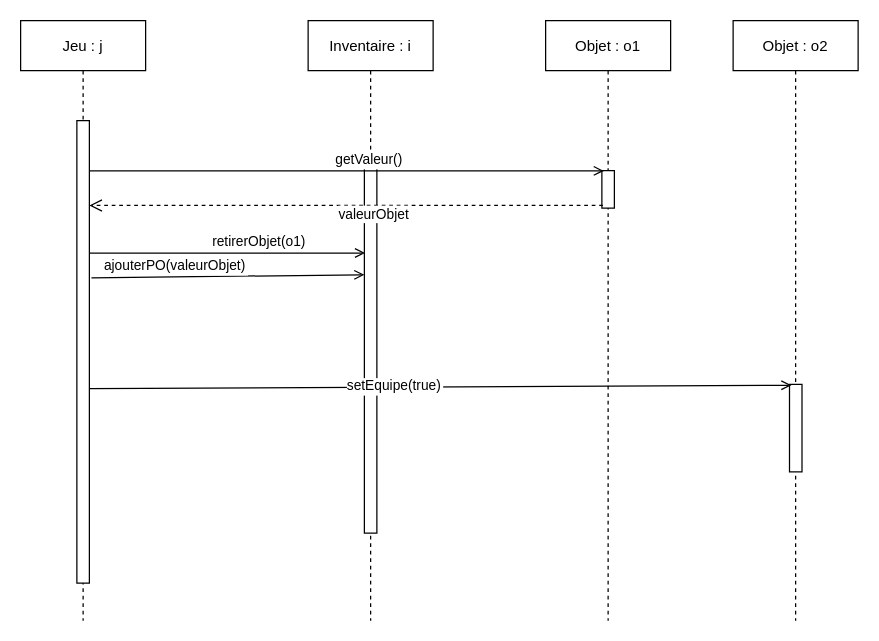
Earlier version of the draw.io diagram Diagrammes/Diagrammes de séquences/Diagramme de sequence - Scenario5.drawio (Eoloc/M1MIAGE_ProjetUML). Source tidied: cells renumbered, new cells numbered last; positions are measured from the earlier drawing's top-left corner, leaving out a move shared by most shapes. Both pictures are drawn from the tidied source at 125%, with x=0, y=0 at pixel (20, 20).
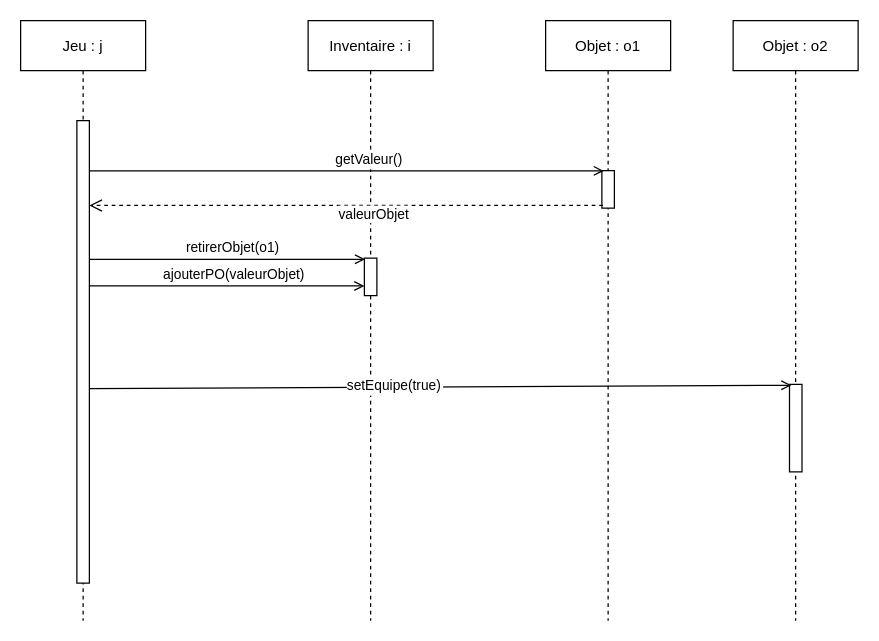
After the change.

Change to the diagram source:
```diff
@@
 <mxGraphModel>
   <root>
     <mxCell id="0" />
     <mxCell id="1" parent="0" />
     <mxCell id="2" value="Jeu : j" style="shape=umlLifeline;perimeter=lifelinePerimeter;rounded=0;shadow=0;strokeWidth=1;" parent="1" vertex="1">
       <mxGeometry width="100" height="480" as="geometry" />
     </mxCell>
     <mxCell id="3" style="points=[];perimeter=orthogonalPerimeter;rounded=0;shadow=0;strokeWidth=1;" parent="2" vertex="1">
       <mxGeometry x="45" y="80" width="10" height="370" as="geometry" />
     </mxCell>
     <mxCell id="4" value="Objet : o1" style="shape=umlLifeline;perimeter=lifelinePerimeter;rounded=0;shadow=0;strokeWidth=1;" parent="1" vertex="1">
       <mxGeometry x="420" width="100" height="480" as="geometry" />
     </mxCell>
     <mxCell id="5" style="points=[];perimeter=orthogonalPerimeter;rounded=0;shadow=0;strokeWidth=1;" parent="4" vertex="1">
       <mxGeometry x="45" y="120" width="10" height="30" as="geometry" />
     </mxCell>
     <mxCell id="6" value="Inventaire : i" style="shape=umlLifeline;perimeter=lifelinePerimeter;rounded=0;shadow=0;strokeWidth=1;" parent="1" vertex="1">
       <mxGeometry x="230" width="100" height="480" as="geometry" />
     </mxCell>
     <mxCell id="7" style="points=[];perimeter=orthogonalPerimeter;rounded=0;shadow=0;strokeWidth=1;" parent="6" vertex="1">
-      <mxGeometry x="45" y="110" width="10" height="300" as="geometry" />
+      <mxGeometry x="45" y="190" width="10" height="30" as="geometry" />
     </mxCell>
     <mxCell id="8" value="getValeur()" style="verticalAlign=bottom;endArrow=open;endSize=6;shadow=0;strokeWidth=1;entryX=0.159;entryY=0.007;entryDx=0;entryDy=0;entryPerimeter=0;" parent="1" edge="1" source="3" target="5">
       <mxGeometry x="0.09" relative="1" as="geometry" />
     </mxCell>
     <mxCell id="9" value="valeurObjet" style="verticalAlign=bottom;endArrow=open;dashed=1;endSize=8;shadow=0;strokeWidth=1;exitX=0.086;exitY=0.929;exitDx=0;exitDy=0;exitPerimeter=0;" parent="1" edge="1" source="5" target="3">
       <mxGeometry x="-0.11" y="16" relative="1" as="geometry" />
     </mxCell>
-    <mxCell id="10" value="ajouterPO(valeurObjet)" style="verticalAlign=bottom;endArrow=open;endSize=6;shadow=0;strokeWidth=1;exitX=1.167;exitY=0.34;exitDx=0;exitDy=0;exitPerimeter=0;entryX=0;entryY=0.311;entryDx=0;entryDy=0;entryPerimeter=0;" parent="1" edge="1" source="3" target="7">
-      <mxGeometry x="-0.39" relative="1" as="geometry" />
+    <mxCell id="10" value="ajouterPO(valeurObjet)" style="verticalAlign=bottom;endArrow=open;endSize=6;shadow=0;strokeWidth=1;entryX=0;entryY=0.743;entryDx=0;entryDy=0;entryPerimeter=0;" parent="1" edge="1" source="3" target="7">
+      <mxGeometry x="0.05" relative="1" as="geometry" />
     </mxCell>
     <mxCell id="11" value="Objet : o2" style="shape=umlLifeline;perimeter=lifelinePerimeter;rounded=0;shadow=0;strokeWidth=1;" parent="1" vertex="1">
       <mxGeometry x="570" width="100" height="480" as="geometry" />
     </mxCell>
     <mxCell id="12" style="points=[];perimeter=orthogonalPerimeter;rounded=0;shadow=0;strokeWidth=1;" parent="11" vertex="1">
       <mxGeometry x="45.1" y="291" width="10" height="70" as="geometry" />
     </mxCell>
     <mxCell id="13" value="setEquipe(true)" style="verticalAlign=bottom;endArrow=open;endSize=6;shadow=0;strokeWidth=1;exitX=0.986;exitY=0.71;exitDx=0;exitDy=0;exitPerimeter=0;entryX=0.153;entryY=0.01;entryDx=0;entryDy=0;entryPerimeter=0;" parent="1" edge="1" target="12">
       <mxGeometry x="-0.13" y="-8" relative="1" as="geometry">
         <mxPoint x="55" y="294.4" as="sourcePoint" />
       </mxGeometry>
     </mxCell>
-    <mxCell id="14" value="retirerObjet(o1)" style="verticalAlign=bottom;endArrow=open;endSize=6;shadow=0;strokeWidth=1;entryX=0.057;entryY=0.253;entryDx=0;entryDy=0;entryPerimeter=0;" parent="1" edge="1" source="3" target="7">
-      <mxGeometry x="0.23" relative="1" as="geometry" />
+    <mxCell id="14" value="retirerObjet(o1)" style="verticalAlign=bottom;endArrow=open;endSize=6;shadow=0;strokeWidth=1;entryX=0.056;entryY=0.03;entryDx=0;entryDy=0;entryPerimeter=0;" parent="1" edge="1" source="3" target="7">
+      <mxGeometry x="0.04" relative="1" as="geometry" />
     </mxCell>
   </root>
 </mxGraphModel>
```
